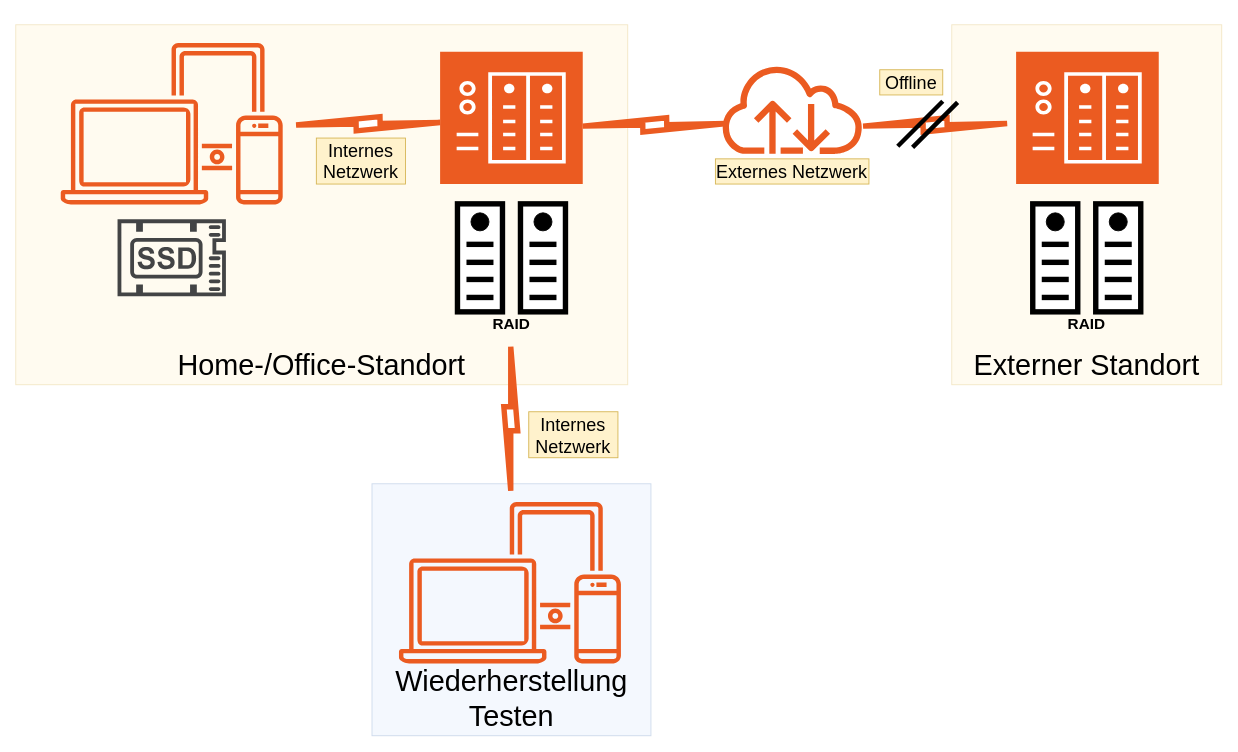
Earlier version of the draw.io diagram SmarterTec Data Management 3-2-1-1-0.drawio (noelchiocchetti/SmarterTec). Source tidied: cells renumbered, new cells numbered last; positions are measured from the earlier drawing's top-left corner, leaving out a move shared by most shapes. Both pictures are drawn from the tidied source at 90%, with x=0, y=0 at pixel (15, 24).
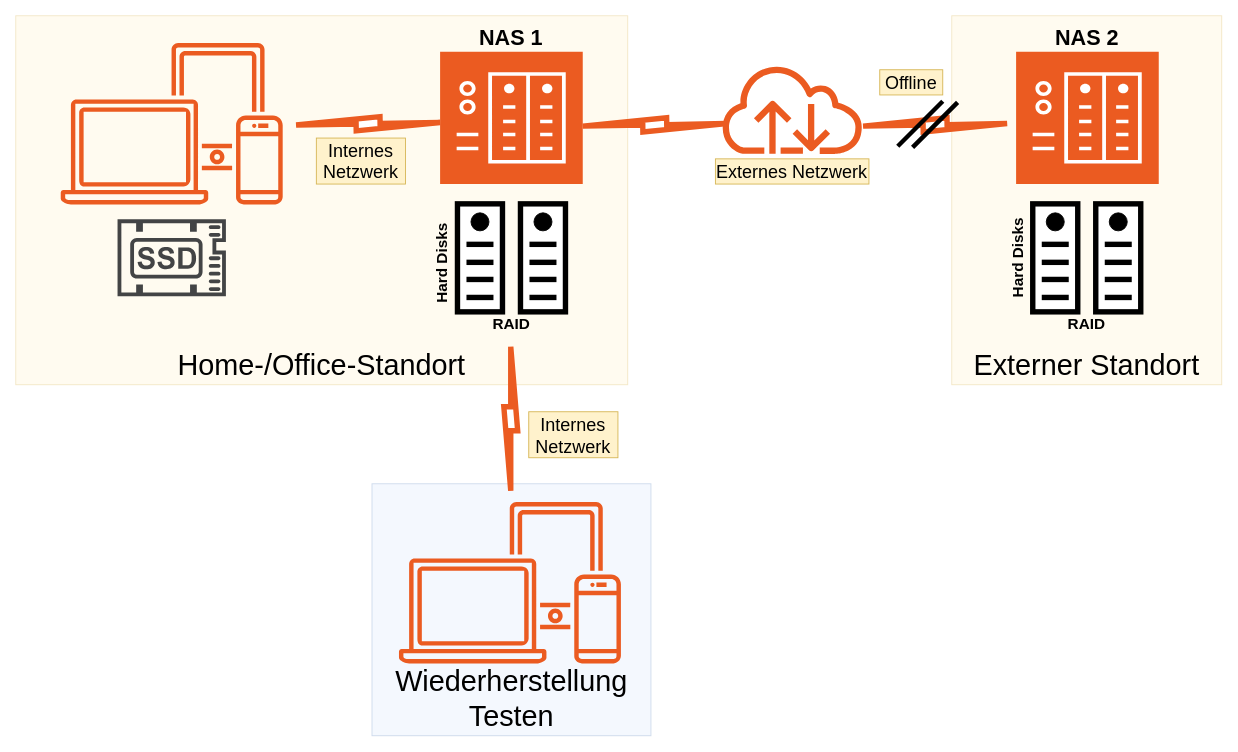
After the change.

Change to the diagram source:
```diff
@@
     <mxCell id="3" value="Externer Standort" style="rounded=0;whiteSpace=wrap;html=1;fillColor=#fff2cc;strokeColor=#d6b656;gradientColor=none;fillStyle=auto;opacity=30;verticalAlign=bottom;fontSize=32;" parent="1" vertex="1">
-      <mxGeometry x="1040" width="300" height="400" as="geometry" />
+      <mxGeometry x="1040" y="-10" width="300" height="410" as="geometry" />
     </mxCell>
     <mxCell id="4" value="Home-/Office-Standort" style="rounded=0;whiteSpace=wrap;html=1;fillColor=#fff2cc;strokeColor=#d6b656;gradientColor=none;fillStyle=auto;opacity=30;verticalAlign=bottom;fontSize=32;" parent="1" vertex="1">
-      <mxGeometry width="680" height="400" as="geometry" />
+      <mxGeometry y="-10" width="680" height="410" as="geometry" />
     </mxCell>
@@
+    <mxCell id="53" value="NAS 1" style="text;html=1;whiteSpace=wrap;strokeColor=none;fillColor=none;align=center;verticalAlign=middle;rounded=0;fontSize=24;fontStyle=1;" parent="1" vertex="1">
+      <mxGeometry x="511.1" width="79.2" height="30" as="geometry" />
+    </mxCell>
+    <mxCell id="54" value="NAS 2" style="text;html=1;whiteSpace=wrap;strokeColor=none;fillColor=none;align=center;verticalAlign=middle;rounded=0;fontSize=24;fontStyle=1;" parent="1" vertex="1">
+      <mxGeometry x="1151.1" width="79.2" height="30" as="geometry" />
+    </mxCell>
+    <mxCell id="55" value="Hard Disks" style="text;html=1;whiteSpace=wrap;strokeColor=none;fillColor=none;align=center;verticalAlign=middle;rounded=0;fontSize=17;fontStyle=1;rotation=-90;" parent="1" vertex="1">
+      <mxGeometry x="420" y="250" width="110" height="30" as="geometry" />
+    </mxCell>
+    <mxCell id="56" value="Hard Disks" style="text;html=1;whiteSpace=wrap;strokeColor=none;fillColor=none;align=center;verticalAlign=middle;rounded=0;fontSize=17;fontStyle=1;rotation=-90;" parent="1" vertex="1">
+      <mxGeometry x="1060" y="244" width="110" height="30" as="geometry" />
+    </mxCell>
```
